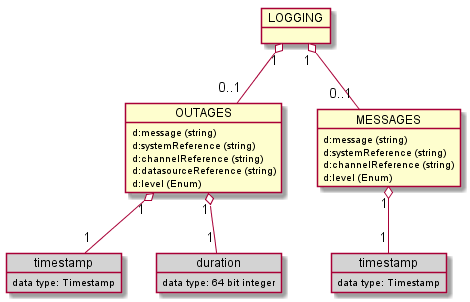
The PlantUML diagram images/generated/rcmdx_logging_group.png in OpenRailAssociation/rcm-dx, before a commit.
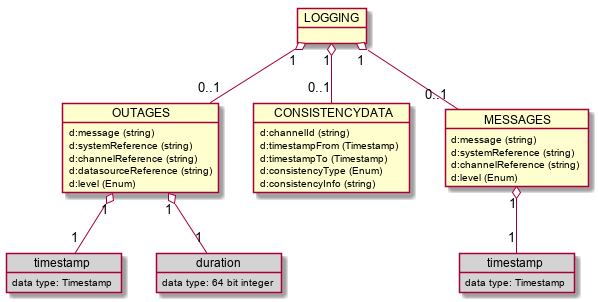
After the commit.

The edit, as a diff of the source:
```diff
@@ -9,6 +9,16 @@
     d:level (Enum)
   }
   LOGGING "1" o-- "0..1" OUTAGES
+
+  object CONSISTENCYDATA {
+    d:channelId (string)
+    d:timestampFrom (Timestamp)
+    d:timestampTo (Timestamp)
+    d:consistencyType (Enum)
+    d:consistencyInfo (string)
+  }
+  LOGGING "1" o-- "0..1" CONSISTENCYDATA
+
   object "timestamp" as out_timestamp #LightGray {
     data type: Timestamp
   }
```
